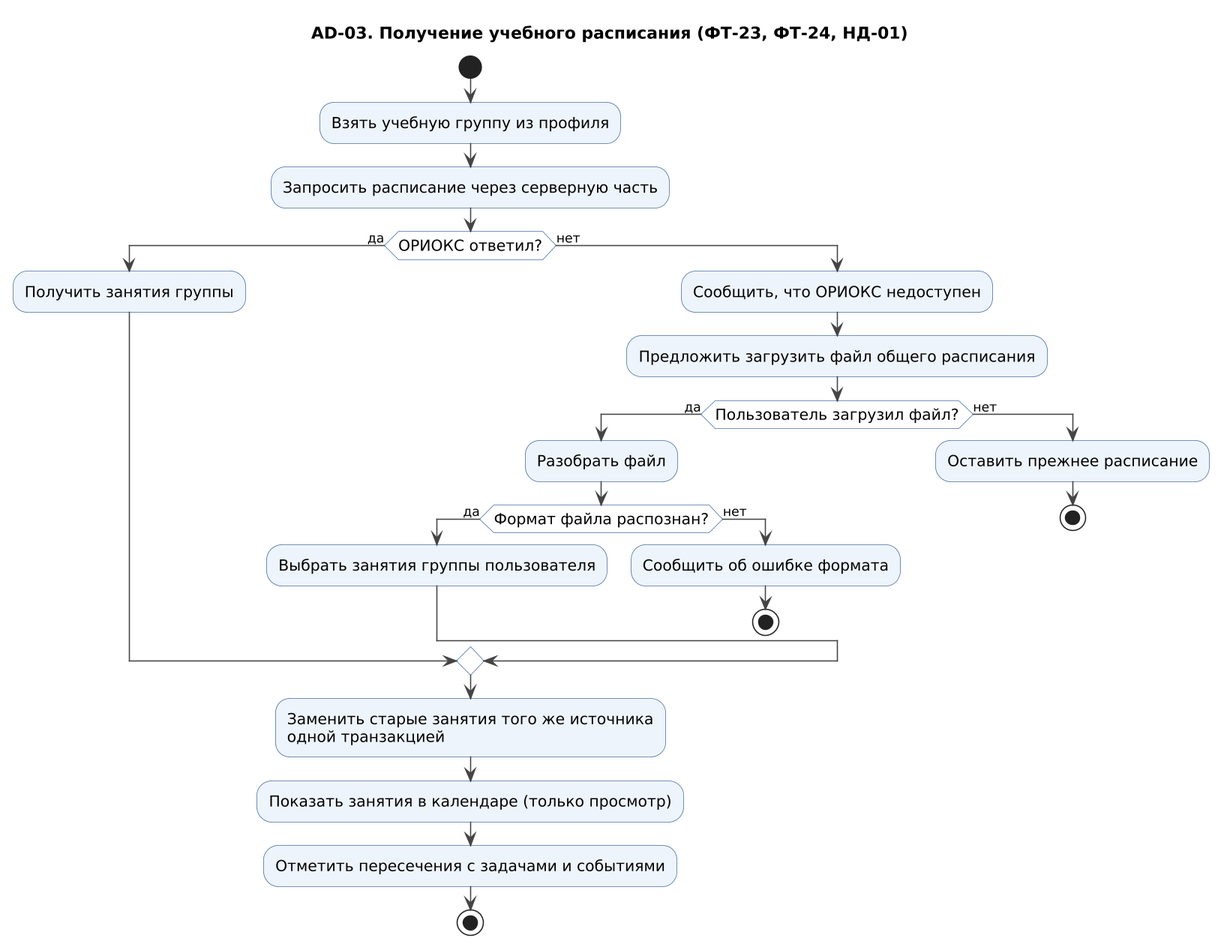
Above: docs/uml/png/AD-03_raspisanie.png in freez044/kpo_project (PlantUML), before the change.
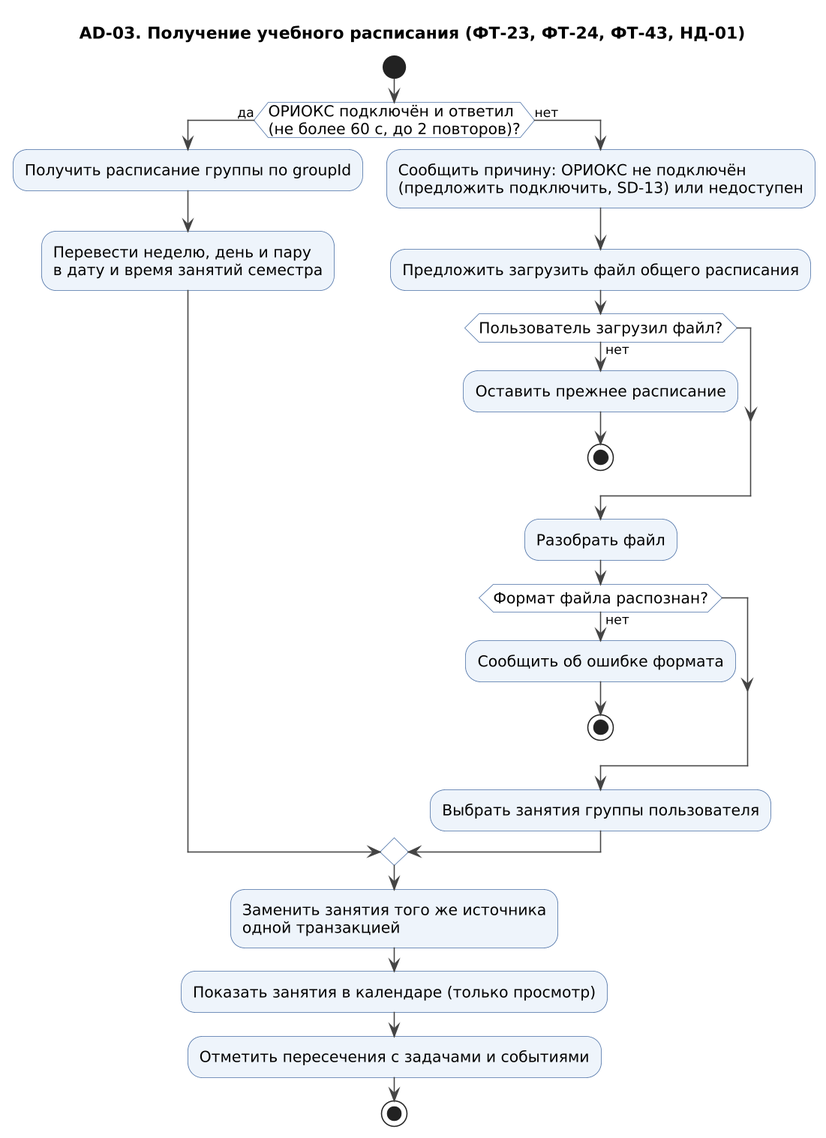
The same diagram one commit later.

Diff of the diagram source:
```diff
@@ -1,28 +1,27 @@
 @startuml AD-03_raspisanie
 !include style.iuml
-title AD-03. Получение учебного расписания (ФТ-23, ФТ-24, НД-01)
+title AD-03. Получение учебного расписания (ФТ-23, ФТ-24, ФТ-43, НД-01)
 start
-:Взять учебную группу из профиля;
-:Запросить расписание через серверную часть;
-if (ОРИОКС ответил?) then (да)
-  :Получить занятия группы;
+if (ОРИОКС подключён и ответил\n(не более 60 с, до 2 повторов)?) then (да)
+  :Получить расписание группы по groupId;
+  :Перевести неделю, день и пару
+  в дату и время занятий семестра;
 else (нет)
-  :Сообщить, что ОРИОКС недоступен;
+  :Сообщить причину: ОРИОКС не подключён
+  (предложить подключить, SD-13) или недоступен;
   :Предложить загрузить файл общего расписания;
-  if (Пользователь загрузил файл?) then (да)
-    :Разобрать файл;
-    if (Формат файла распознан?) then (да)
-      :Выбрать занятия группы пользователя;
-    else (нет)
-      :Сообщить об ошибке формата;
-      stop
-    endif
-  else (нет)
+  if (Пользователь загрузил файл?) then (нет)
     :Оставить прежнее расписание;
     stop
   endif
+  :Разобрать файл;
+  if (Формат файла распознан?) then (нет)
+    :Сообщить об ошибке формата;
+    stop
+  endif
+  :Выбрать занятия группы пользователя;
 endif
-:Заменить старые занятия того же источника
+:Заменить занятия того же источника
 одной транзакцией;
 :Показать занятия в календаре (только просмотр);
 :Отметить пересечения с задачами и событиями;
```
